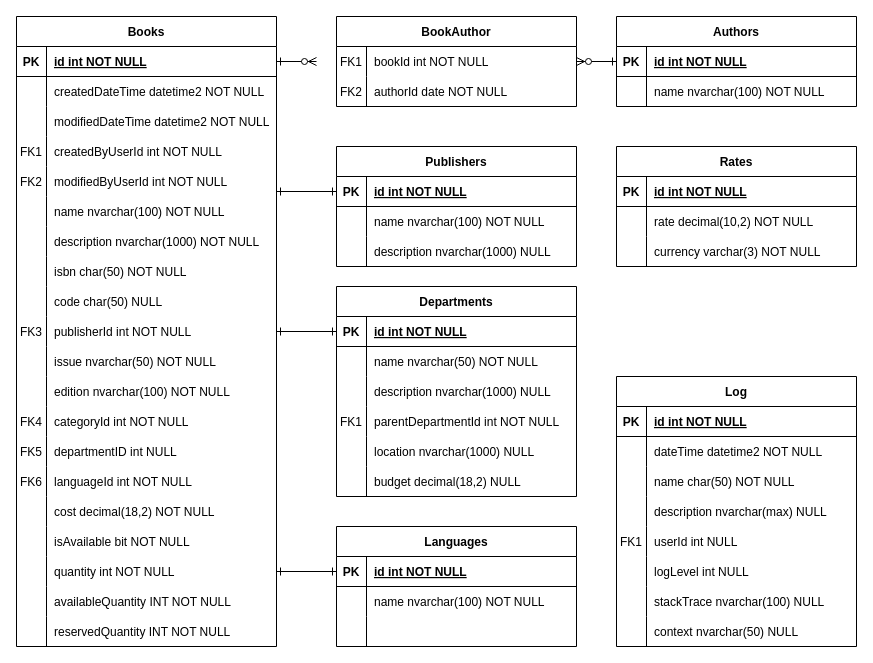
This is Untitled Diagram.drawio from skyhunter96/libApp, a draw.io file, before an edit. Source tidied: cells renumbered, new cells numbered last; positions are measured from the earlier drawing's top-left corner, leaving out a move shared by most shapes. Both pictures are drawn from the tidied source at 100%, with x=0, y=0 at pixel (16, 16).
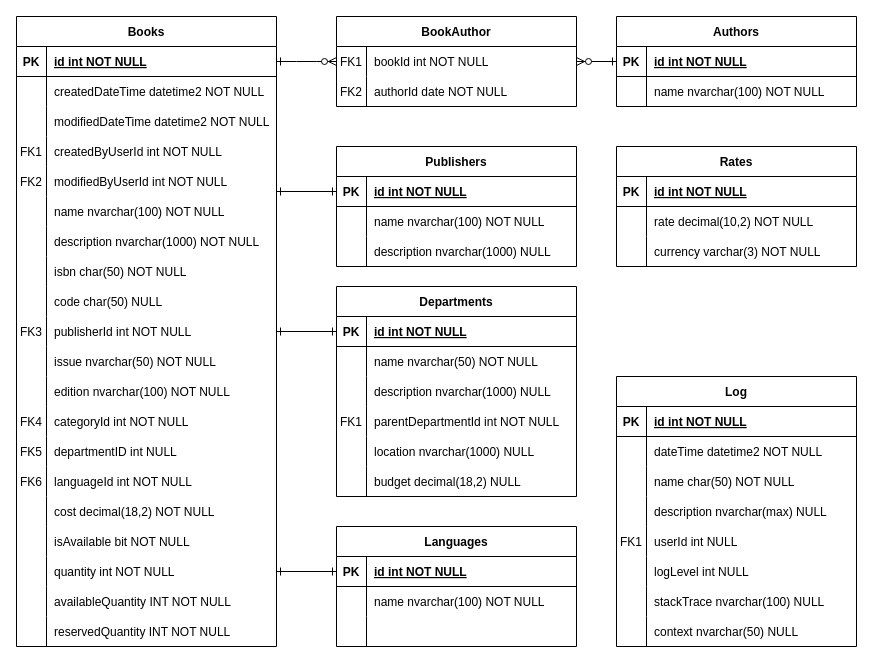
The same page after the edit.

Unchanged cells that the change refers to:
```xml
<mxCell id="4" style="shape=partialRectangle;fillColor=none;points=[[0,0.5],[1,0.5]];portConstraint=eastwest;top=0;left=0;right=0;bottom=0;" parent="3" vertex="1">
  <mxGeometry y="30" width="240" height="30" as="geometry" />
</mxCell>
<mxCell id="18" style="shape=partialRectangle;fillColor=none;points=[[0,0.5],[1,0.5]];portConstraint=eastwest;top=0;left=0;right=0;bottom=1;" parent="17" vertex="1">
  <mxGeometry y="30" width="260" height="30" as="geometry" />
</mxCell>
```

Change to the diagram source:
```diff
@@
-    <mxCell id="2" style="edgeStyle=entityRelationEdgeStyle;endArrow=ERzeroToMany;startArrow=ERone;endFill=1;startFill=0;entryX=0;entryY=0.5;entryDx=0;entryDy=0;" parent="1" edge="1" source="18">
-      <mxGeometry relative="1" as="geometry">
-        <mxPoint x="300" y="45" as="targetPoint" />
-      </mxGeometry>
+    <mxCell id="2" style="edgeStyle=entityRelationEdgeStyle;endArrow=ERzeroToMany;startArrow=ERone;endFill=1;startFill=0;entryX=0;entryY=0.5;entryDx=0;entryDy=0;" parent="1" edge="1" source="18" target="4">
+      <mxGeometry relative="1" as="geometry" />
     </mxCell>
```
